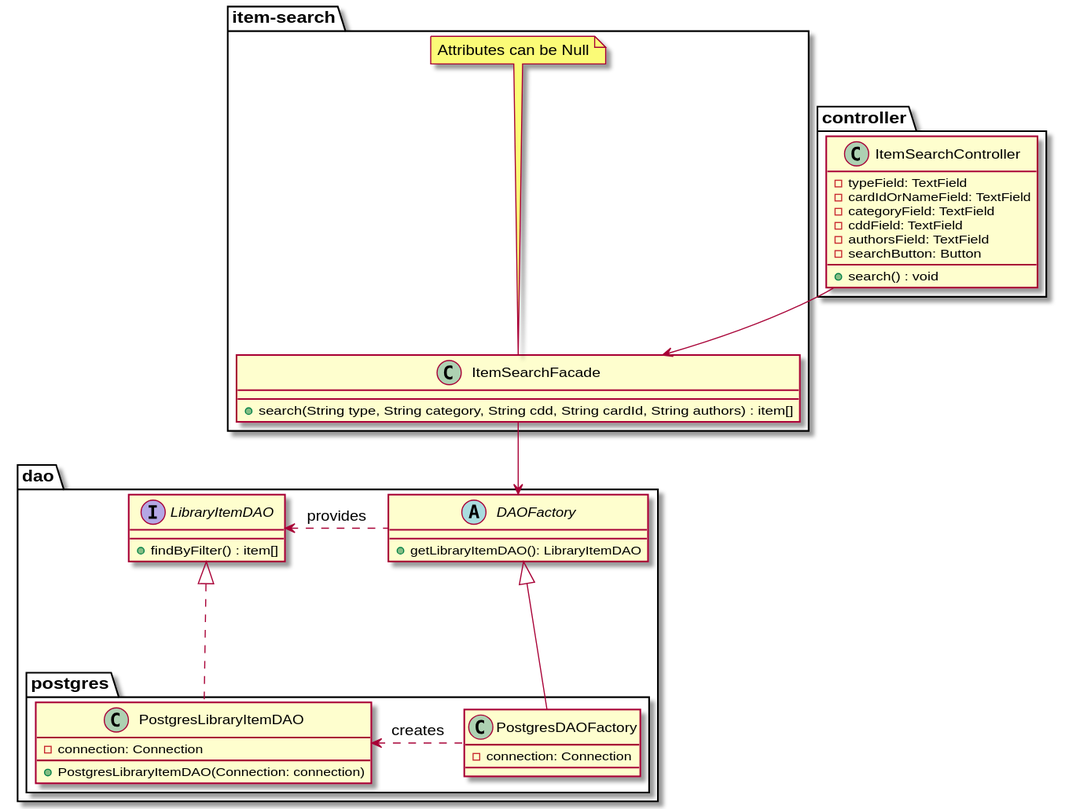
Earlier version of the PlantUML export specifications/software-design/item-search/item-search-class-diagram.svg (BrokenSwing/Comixaire). Its diagram source:
```plantuml
@startuml
package controller {

  class ItemSearchController {
    -typeField: TextField
    -cardIdOrNameField: TextField
    -categoryField: TextField
    -cddField: TextField
    -authorsField: TextField
    -searchButton: Button
    +search() : void
  }
}

package item-search {

  class ItemSearchFacade {
    +search(String type, String category, String cdd, String cardId, String authors) : item[]
  }
  note top of ItemSearchFacade
   Attributes can be Null
  end note

}

package dao {

  abstract class DAOFactory {
    +getLibraryItemDAO(): LibraryItemDAO
  }

  interface LibraryItemDAO {
    +findByFilter() : item[]
  }

  package postgres {

    class PostgresLibraryItemDAO implements LibraryItemDAO {
      -connection: Connection
      +PostgresLibraryItemDAO(Connection: connection)
    }

    class PostgresDAOFactory extends DAOFactory {
      -connection: Connection
    }
  }

}

PostgresDAOFactory .left> PostgresLibraryItemDAO : "creates"
DAOFactory .left> LibraryItemDAO : "provides"
ItemSearchFacade -down-> DAOFactory
ItemSearchController -down-> ItemSearchFacade
@enduml
```
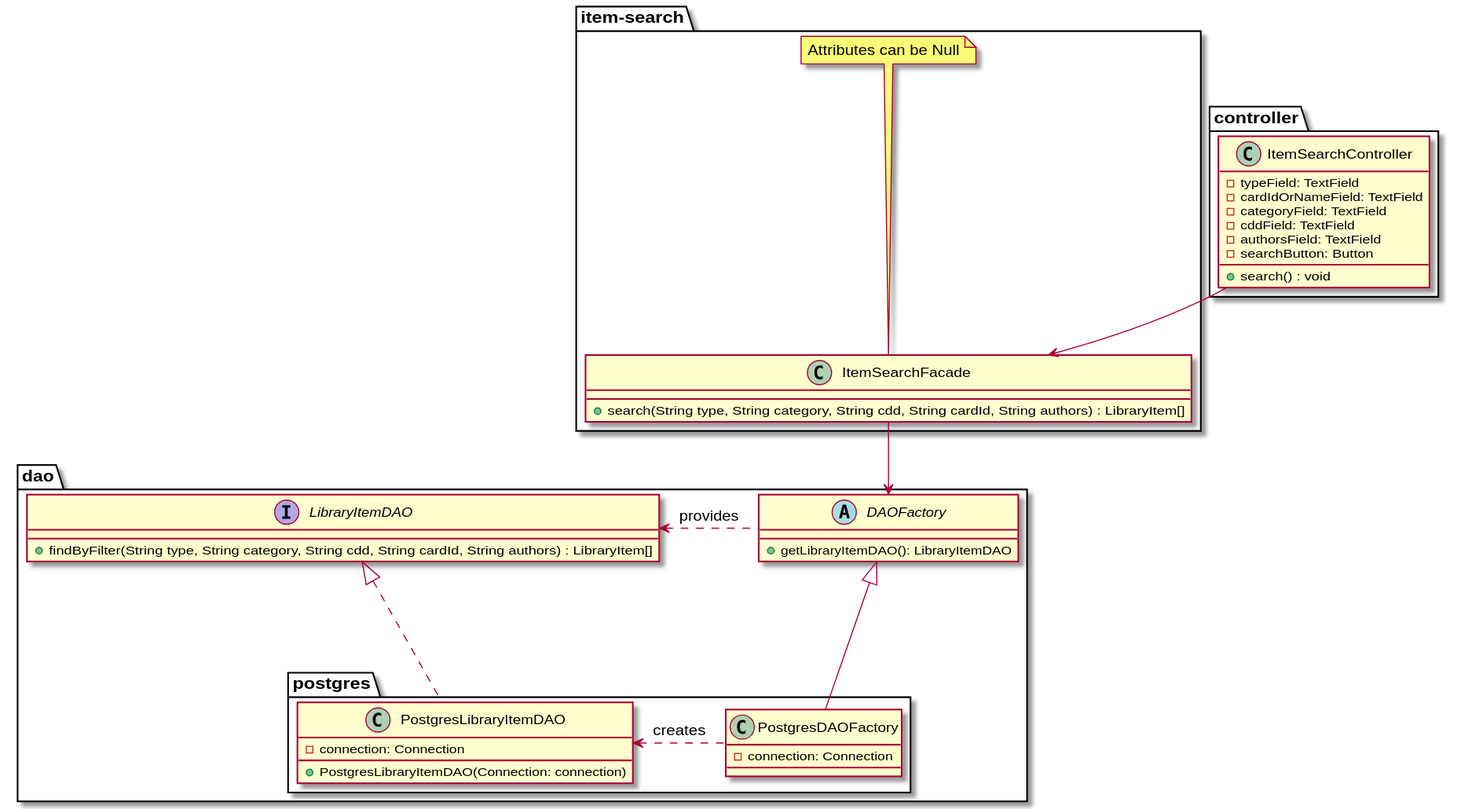
The same file after the commit.

Commit message:
Consult-logs readme and item search readme updated

The edit, as a diff of the source:
```diff
@@ -15,7 +15,7 @@
 package item-search {
 
   class ItemSearchFacade {
-    +search(String type, String category, String cdd, String cardId, String authors) : item[]
+    +search(String type, String category, String cdd, String cardId, String authors) : LibraryItem[]
   }
   note top of ItemSearchFacade
    Attributes can be Null
@@ -30,7 +30,7 @@
   }
 
   interface LibraryItemDAO {
-    +findByFilter() : item[]
+    +findByFilter(String type, String category, String cdd, String cardId, String authors) : LibraryItem[]
   }
 
   package postgres {
```
